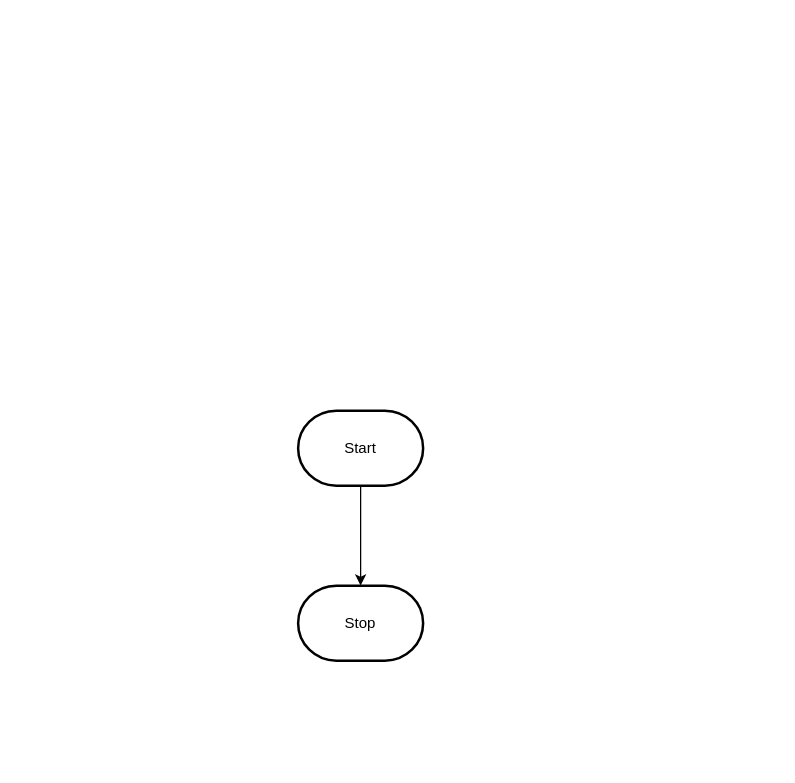
This is design/flowchart.drawio from MTHS-ICS2O-2-2022/ICS2O-Assignment-04-Ryan-Duffett, a draw.io file, before an edit. Source tidied: cells renumbered, new cells numbered last; positions are measured from the earlier drawing's top-left corner, leaving out a move shared by most shapes. Both pictures are drawn from the tidied source at 125%, with x=0, y=0 at pixel (298, 410).
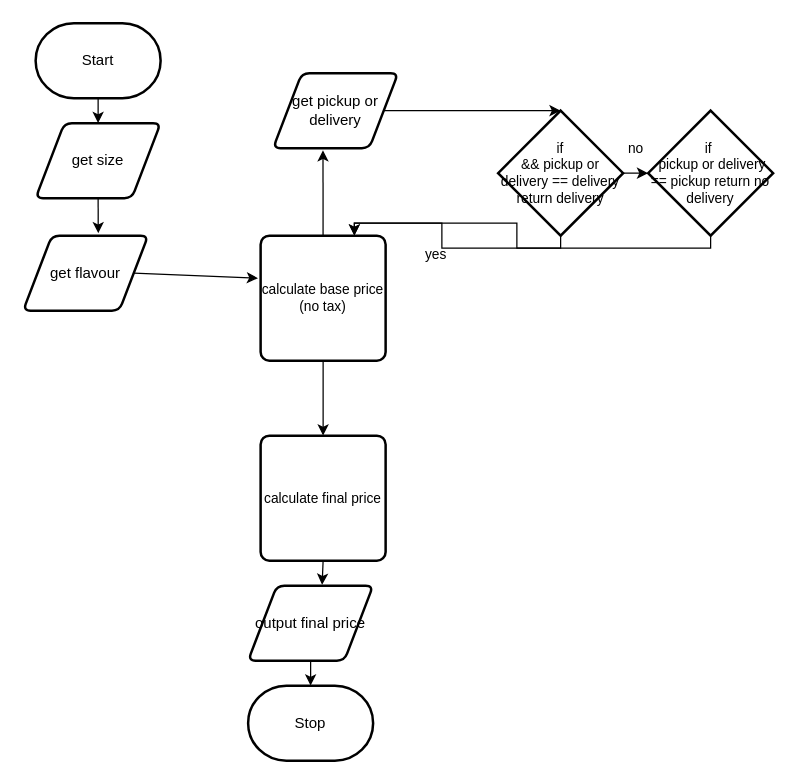
The same diagram, later.

Diff of the diagram source:
```diff
@@
-    <mxCell id="2" style="edgeStyle=orthogonalEdgeStyle;html=1;rounded=0;" parent="1" edge="1" source="3" target="4">
+    <mxCell id="2" style="edgeStyle=orthogonalEdgeStyle;html=1;exitX=0.5;exitY=1;exitDx=0;exitDy=0;exitPerimeter=0;entryX=0.5;entryY=0;entryDx=0;entryDy=0;rounded=0;" parent="1" edge="1" source="3" target="8">
       <mxGeometry relative="1" as="geometry" />
     </mxCell>
     <mxCell id="3" value="Start" style="strokeWidth=2;html=1;shape=mxgraph.flowchart.terminator;whiteSpace=wrap;" parent="1" vertex="1">
-      <mxGeometry width="100" height="60" as="geometry" />
+      <mxGeometry x="-210" y="-310" width="100" height="60" as="geometry" />
     </mxCell>
     <mxCell id="4" value="Stop" style="strokeWidth=2;html=1;shape=mxgraph.flowchart.terminator;whiteSpace=wrap;" parent="1" vertex="1">
-      <mxGeometry y="140" width="100" height="60" as="geometry" />
+      <mxGeometry x="-40" y="220" width="100" height="60" as="geometry" />
     </mxCell>
+    <mxCell id="5" style="edgeStyle=orthogonalEdgeStyle;shape=connector;rounded=0;html=1;exitX=0.5;exitY=1;exitDx=0;exitDy=0;entryX=0.5;entryY=0;entryDx=0;entryDy=0;entryPerimeter=0;labelBackgroundColor=default;strokeColor=default;fontFamily=Helvetica;fontSize=11;fontColor=default;endArrow=classic;" parent="1" edge="1" source="6" target="4">
+      <mxGeometry relative="1" as="geometry" />
+    </mxCell>
+    <mxCell id="6" value="output final price" style="shape=parallelogram;html=1;strokeWidth=2;perimeter=parallelogramPerimeter;whiteSpace=wrap;rounded=1;arcSize=12;size=0.23;" parent="1" vertex="1">
+      <mxGeometry x="-40" y="140" width="100" height="60" as="geometry" />
+    </mxCell>
+    <mxCell id="7" style="edgeStyle=none;html=1;exitX=0.5;exitY=1;exitDx=0;exitDy=0;entryX=0.601;entryY=-0.032;entryDx=0;entryDy=0;entryPerimeter=0;" parent="1" edge="1" source="8" target="10">
+      <mxGeometry relative="1" as="geometry" />
+    </mxCell>
+    <mxCell id="8" value="get size" style="shape=parallelogram;html=1;strokeWidth=2;perimeter=parallelogramPerimeter;whiteSpace=wrap;rounded=1;arcSize=12;size=0.23;" parent="1" vertex="1">
+      <mxGeometry x="-210" y="-230" width="100" height="60" as="geometry" />
+    </mxCell>
+    <mxCell id="9" style="edgeStyle=none;html=1;exitX=1;exitY=0.5;exitDx=0;exitDy=0;entryX=-0.021;entryY=0.34;entryDx=0;entryDy=0;entryPerimeter=0;" parent="1" edge="1" source="10" target="20">
+      <mxGeometry relative="1" as="geometry" />
+    </mxCell>
+    <mxCell id="10" value="get flavour" style="shape=parallelogram;html=1;strokeWidth=2;perimeter=parallelogramPerimeter;whiteSpace=wrap;rounded=1;arcSize=12;size=0.23;" parent="1" vertex="1">
+      <mxGeometry x="-220" y="-140" width="100" height="60" as="geometry" />
+    </mxCell>
+    <mxCell id="11" style="edgeStyle=orthogonalEdgeStyle;shape=connector;rounded=0;html=1;exitX=1;exitY=0.5;exitDx=0;exitDy=0;labelBackgroundColor=default;strokeColor=default;fontFamily=Helvetica;fontSize=11;fontColor=default;endArrow=classic;" parent="1" edge="1" source="12">
+      <mxGeometry relative="1" as="geometry">
+        <mxPoint x="210" y="-240" as="targetPoint" />
+      </mxGeometry>
+    </mxCell>
+    <mxCell id="12" value="get pickup or delivery" style="shape=parallelogram;html=1;strokeWidth=2;perimeter=parallelogramPerimeter;whiteSpace=wrap;rounded=1;arcSize=12;size=0.23;" parent="1" vertex="1">
+      <mxGeometry x="-20" y="-270" width="100" height="60" as="geometry" />
+    </mxCell>
+    <mxCell id="13" style="edgeStyle=orthogonalEdgeStyle;shape=connector;rounded=0;html=1;exitX=0.5;exitY=1;exitDx=0;exitDy=0;exitPerimeter=0;entryX=0.75;entryY=0;entryDx=0;entryDy=0;labelBackgroundColor=default;strokeColor=default;fontFamily=Helvetica;fontSize=11;fontColor=default;endArrow=classic;" parent="1" edge="1" source="15" target="20">
+      <mxGeometry relative="1" as="geometry" />
+    </mxCell>
+    <mxCell id="14" style="edgeStyle=orthogonalEdgeStyle;shape=connector;rounded=0;html=1;exitX=1;exitY=0.5;exitDx=0;exitDy=0;exitPerimeter=0;labelBackgroundColor=default;strokeColor=default;fontFamily=Helvetica;fontSize=11;fontColor=default;endArrow=classic;" parent="1" edge="1" source="15" target="17">
+      <mxGeometry relative="1" as="geometry" />
+    </mxCell>
+    <mxCell id="15" value="if&lt;br&gt;&amp;amp;&amp;amp; pickup or delivery == delivery return delivery" style="strokeWidth=2;html=1;shape=mxgraph.flowchart.decision;whiteSpace=wrap;fontFamily=Helvetica;fontSize=11;fontColor=default;" parent="1" vertex="1">
+      <mxGeometry x="160" y="-240" width="100" height="100" as="geometry" />
+    </mxCell>
+    <mxCell id="16" style="edgeStyle=orthogonalEdgeStyle;shape=connector;rounded=0;html=1;exitX=0.5;exitY=1;exitDx=0;exitDy=0;exitPerimeter=0;entryX=0.75;entryY=0;entryDx=0;entryDy=0;labelBackgroundColor=default;strokeColor=default;fontFamily=Helvetica;fontSize=11;fontColor=default;endArrow=classic;" parent="1" edge="1" source="17" target="20">
+      <mxGeometry relative="1" as="geometry" />
+    </mxCell>
+    <mxCell id="17" value="if&amp;nbsp;&lt;br&gt;&amp;nbsp;pickup or delivery == pickup return no delivery" style="strokeWidth=2;html=1;shape=mxgraph.flowchart.decision;whiteSpace=wrap;fontFamily=Helvetica;fontSize=11;fontColor=default;" parent="1" vertex="1">
+      <mxGeometry x="280" y="-240" width="100" height="100" as="geometry" />
+    </mxCell>
+    <mxCell id="18" style="edgeStyle=orthogonalEdgeStyle;shape=connector;rounded=0;html=1;exitX=0.5;exitY=1;exitDx=0;exitDy=0;entryX=0.5;entryY=0;entryDx=0;entryDy=0;labelBackgroundColor=default;strokeColor=default;fontFamily=Helvetica;fontSize=11;fontColor=default;endArrow=classic;" parent="1" edge="1" source="20" target="24">
+      <mxGeometry relative="1" as="geometry" />
+    </mxCell>
+    <mxCell id="19" style="edgeStyle=none;html=1;entryX=0.399;entryY=1.029;entryDx=0;entryDy=0;entryPerimeter=0;" parent="1" edge="1" source="20" target="12">
+      <mxGeometry relative="1" as="geometry" />
+    </mxCell>
+    <mxCell id="20" value="calculate base price (no tax)" style="rounded=1;whiteSpace=wrap;html=1;absoluteArcSize=1;arcSize=14;strokeWidth=2;fontFamily=Helvetica;fontSize=11;fontColor=default;" parent="1" vertex="1">
+      <mxGeometry x="-30" y="-140" width="100" height="100" as="geometry" />
+    </mxCell>
+    <mxCell id="21" value="yes" style="text;html=1;align=center;verticalAlign=middle;strokeColor=none;fillColor=none;fontSize=11;fontFamily=Helvetica;fontColor=default;" parent="1" vertex="1">
+      <mxGeometry x="90" y="-140" width="40" height="30" as="geometry" />
+    </mxCell>
+    <mxCell id="22" value="no" style="text;html=1;align=center;verticalAlign=middle;strokeColor=none;fillColor=none;fontSize=11;fontFamily=Helvetica;fontColor=default;" parent="1" vertex="1">
+      <mxGeometry x="250" y="-225" width="40" height="30" as="geometry" />
+    </mxCell>
+    <mxCell id="23" style="edgeStyle=orthogonalEdgeStyle;shape=connector;rounded=0;html=1;exitX=0.5;exitY=1;exitDx=0;exitDy=0;entryX=0.592;entryY=-0.011;entryDx=0;entryDy=0;entryPerimeter=0;labelBackgroundColor=default;strokeColor=default;fontFamily=Helvetica;fontSize=11;fontColor=default;endArrow=classic;" parent="1" edge="1" source="24" target="6">
+      <mxGeometry relative="1" as="geometry" />
+    </mxCell>
+    <mxCell id="24" value="calculate final price" style="rounded=1;whiteSpace=wrap;html=1;absoluteArcSize=1;arcSize=14;strokeWidth=2;fontFamily=Helvetica;fontSize=11;fontColor=default;" parent="1" vertex="1">
+      <mxGeometry x="-30" y="20" width="100" height="100" as="geometry" />
+    </mxCell>
```
